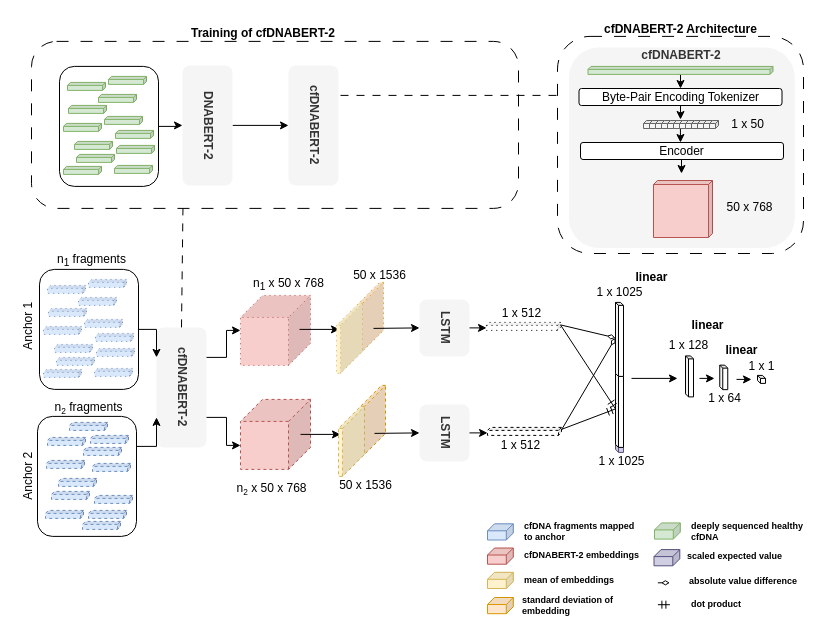
bananasrlowkeygood/bananasrlowkeygood.github.io keeps this draw.io diagram as Finale3DLSTM.drawio. Above is the earlier version. Source tidied: cells renumbered, new cells numbered last; positions are measured from the earlier drawing's top-left corner, leaving out a move shared by most shapes. Both pictures are drawn from the tidied source at 100%, with x=0, y=0 at pixel (17, 17).
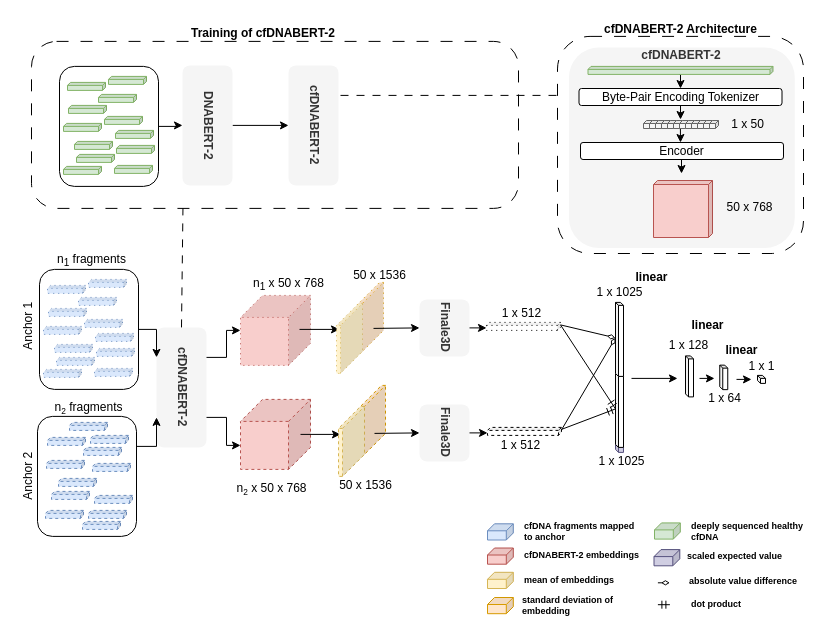
The same page after the edit.

Diff of the diagram source:
```diff
@@
-    <mxCell id="62" value="LSTM" style="rounded=1;whiteSpace=wrap;html=1;textDirection=vertical-rl;fontStyle=1;fillColor=#f5f5f5;fontColor=#333333;strokeColor=none;" parent="1" vertex="1">
+    <mxCell id="62" value="Finale3D" style="rounded=1;whiteSpace=wrap;html=1;textDirection=vertical-rl;fontStyle=1;fillColor=#f5f5f5;fontColor=#333333;strokeColor=none;" parent="1" vertex="1">
       <mxGeometry x="402" y="281.9" width="50" height="57" as="geometry" />
     </mxCell>
-    <mxCell id="63" value="LSTM" style="rounded=1;whiteSpace=wrap;html=1;textDirection=vertical-rl;fontStyle=1;fillColor=#f5f5f5;fontColor=#333333;strokeColor=none;" parent="1" vertex="1">
+    <mxCell id="63" value="Finale3D" style="rounded=1;whiteSpace=wrap;html=1;textDirection=vertical-rl;fontStyle=1;fillColor=#f5f5f5;fontColor=#333333;strokeColor=none;" parent="1" vertex="1">
       <mxGeometry x="402" y="386.9" width="50" height="57" as="geometry" />
     </mxCell>
```
